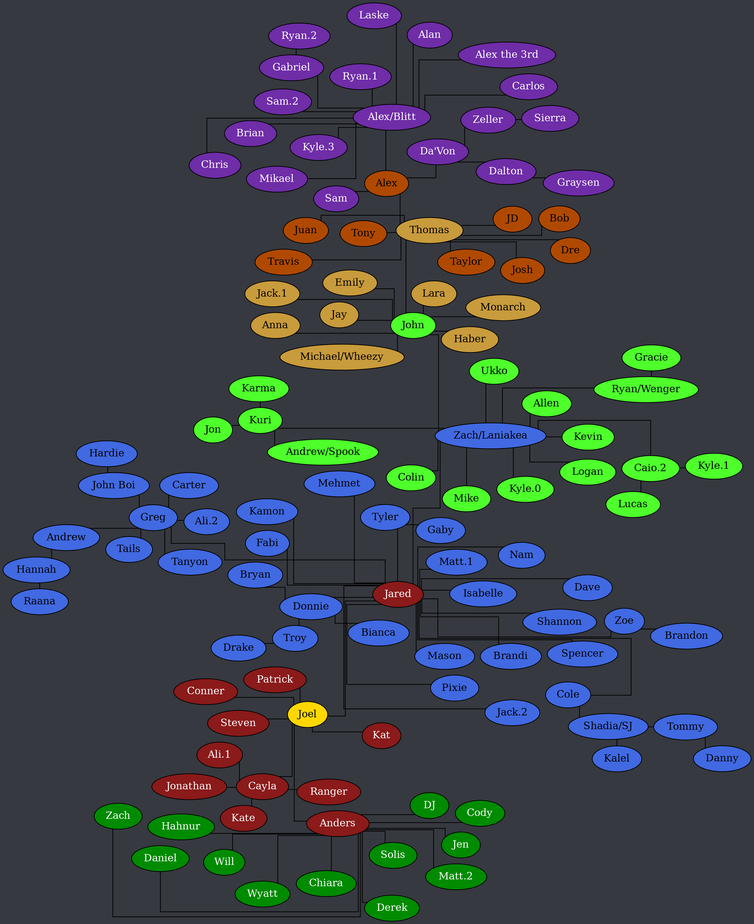
Documidas/CoronaCatzFamilyTree keeps this Graphviz diagram as tree.png. Above is the earlier version. Its source is kept beside it as tree.dot.
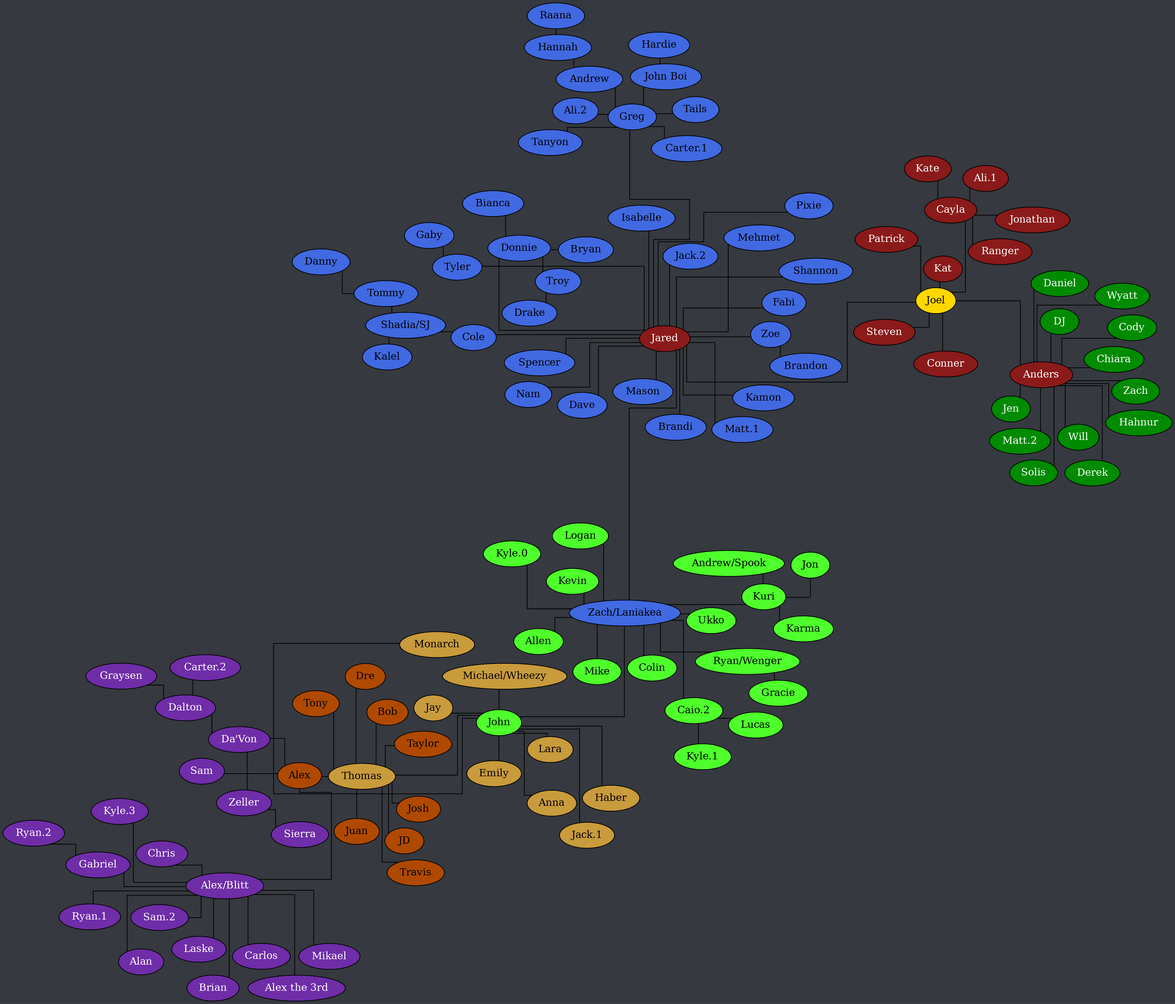
Later version of the same file.

What changed in the source:
```diff
@@ -55,7 +55,7 @@
 		Donnie -- Troy;
 		Greg -- "Ali.2";
 		Greg -- Andrew;
-		Greg -- Carter;
+		Greg -- "Carter.1";
 		Greg -- "John Boi";
 		Greg -- Tails;
 		Greg -- Tanyon;
@@ -162,6 +162,7 @@
 		"Alex/Blitt" -- "Sam.2";
 		"Da'Von" -- Dalton;
 		"Da'Von" -- Zeller;
+		Dalton -- "Carter.2";
 		Dalton -- Graysen;
 		Gabriel -- "Ryan.2";
 		Zeller -- Sierra;
```
